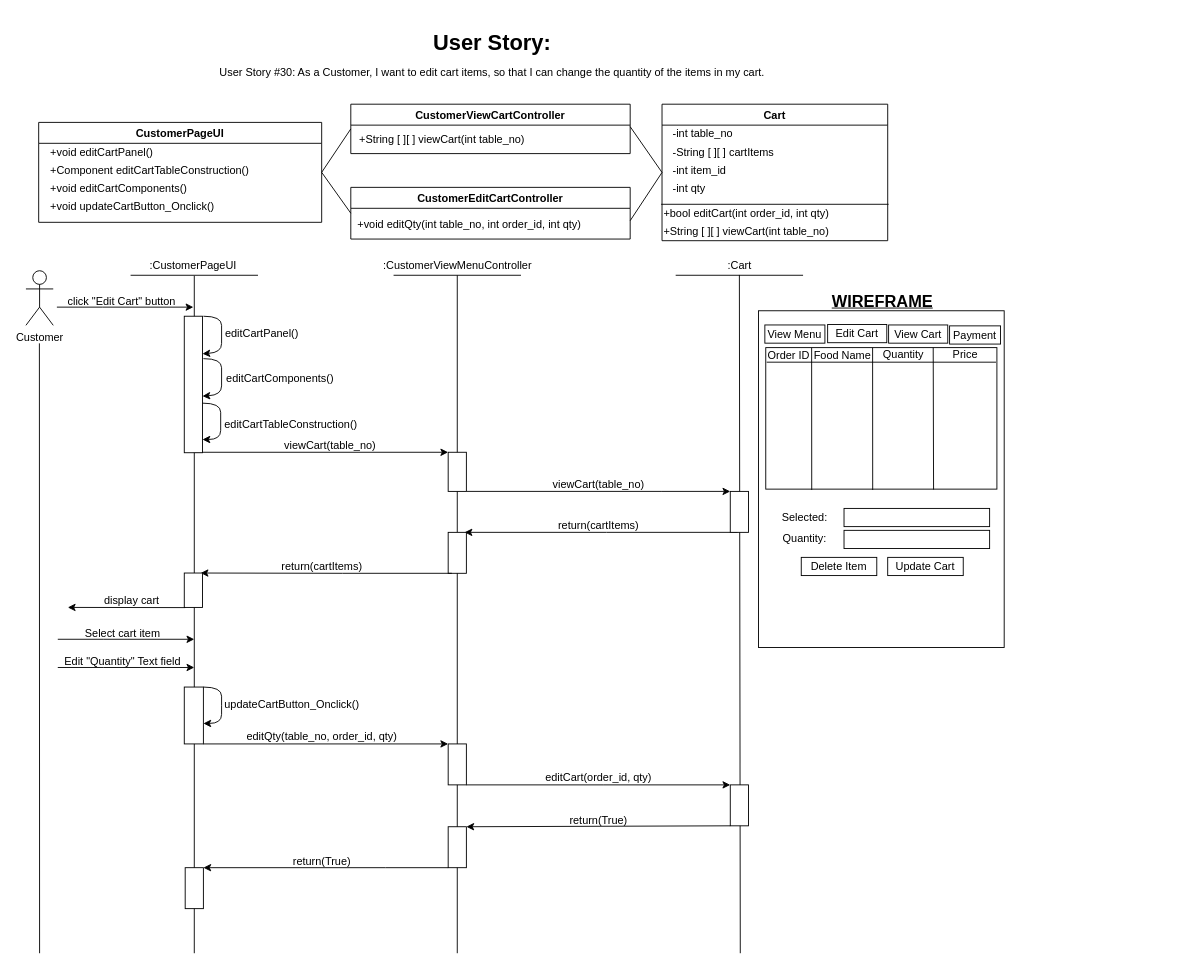
Above: BCE_UML_and_Diagrams/Customer/Customer_EditCart(#30)/UserStory#30_Customer_EditCart.drawio in extred5700/JAVAGUI-Restaurant-Table-Order-System (draw.io), before the change. Source tidied: cells renumbered, new cells numbered last; positions are measured from the earlier drawing's top-left corner, leaving out a move shared by most shapes. Both pictures are drawn from the tidied source at 91%, with x=0, y=0 at pixel (25, 25).
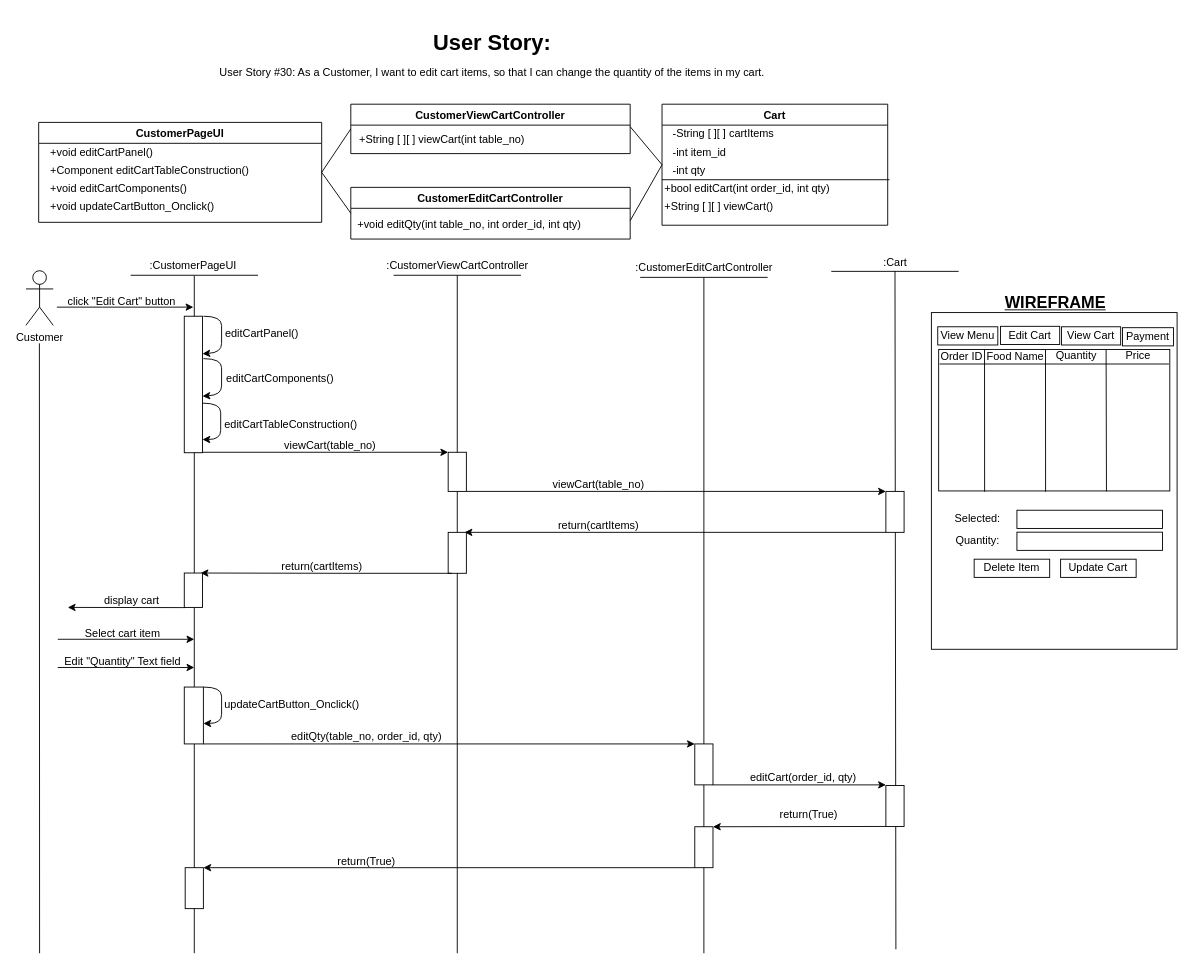
The same diagram, later.

Change to the diagram source:
```diff
@@
+    <mxCell id="99" style="endArrow=none;html=1;rounded=0;startArrow=none;entryX=0.5;entryY=1;entryDx=0;entryDy=0;entryPerimeter=0;" parent="1" edge="1" target="100">
+      <mxGeometry relative="1" as="geometry">
+        <mxPoint x="745" y="1020" as="sourcePoint" />
+      </mxGeometry>
+    </mxCell>
     <mxCell id="2" style="rounded=0;whiteSpace=wrap;html=1;" parent="1" vertex="1">
-      <mxGeometry x="805" y="314" width="270" height="370" as="geometry" />
+      <mxGeometry x="995" y="316" width="270" height="370" as="geometry" />
     </mxCell>
@@
     <mxCell id="11" value="Cart" style="swimlane;" parent="1" vertex="1">
-      <mxGeometry x="699" y="87" width="248" height="150" as="geometry" />
+      <mxGeometry x="699" y="87" width="248" height="133" as="geometry" />
     </mxCell>
     <mxCell id="12" style="endArrow=none;html=1;rounded=0;" parent="11" edge="1">
       <mxGeometry relative="1" as="geometry">
-        <mxPoint x="-1" y="110" as="sourcePoint" />
-        <mxPoint x="249" y="110" as="targetPoint" />
+        <mxPoint y="83" as="sourcePoint" />
+        <mxPoint x="250" y="83" as="targetPoint" />
       </mxGeometry>
     </mxCell>
-    <mxCell id="13" value="&lt;div style=&quot;text-align: justify&quot;&gt;+String [ ][ ] viewCart(int table_no)&lt;/div&gt;" style="text;html=1;align=left;verticalAlign=middle;strokeColor=none;fillColor=none;" parent="11" vertex="1">
-      <mxGeometry y="130" width="200" height="20" as="geometry" />
+    <mxCell id="13" value="&lt;div style=&quot;text-align: justify&quot;&gt;+String [ ][ ] viewCart()&lt;/div&gt;" style="text;html=1;align=left;verticalAlign=middle;strokeColor=none;fillColor=none;" parent="11" vertex="1">
+      <mxGeometry x="1" y="103" width="140" height="20" as="geometry" />
     </mxCell>
     <mxCell id="14" value="-String [ ][ ] cartItems" style="text;html=1;align=left;verticalAlign=middle;strokeColor=none;fillColor=none;" parent="11" vertex="1">
-      <mxGeometry x="10" y="43" width="130" height="20" as="geometry" />
+      <mxGeometry x="10" y="23" width="130" height="20" as="geometry" />
     </mxCell>
-    <mxCell id="15" value="-int table_no" style="text;html=1;align=left;verticalAlign=middle;strokeColor=none;fillColor=none;" parent="11" vertex="1">
-      <mxGeometry x="10" y="23" width="80" height="20" as="geometry" />
-    </mxCell>
     <mxCell id="16" value="&lt;div style=&quot;text-align: justify&quot;&gt;+bool editCart(int order_id, int qty)&lt;/div&gt;" style="text;html=1;align=left;verticalAlign=middle;strokeColor=none;fillColor=none;" parent="11" vertex="1">
-      <mxGeometry y="110" width="200" height="20" as="geometry" />
+      <mxGeometry x="1" y="83" width="200" height="20" as="geometry" />
     </mxCell>
     <mxCell id="17" value="-int item_id" style="text;html=1;align=left;verticalAlign=middle;strokeColor=none;fillColor=none;" parent="11" vertex="1">
-      <mxGeometry x="10" y="63" width="70" height="20" as="geometry" />
+      <mxGeometry x="10" y="43" width="70" height="20" as="geometry" />
     </mxCell>
     <mxCell id="18" value="-int qty" style="text;html=1;align=left;verticalAlign=middle;strokeColor=none;fillColor=none;" parent="11" vertex="1">
-      <mxGeometry x="10" y="83" width="50" height="20" as="geometry" />
+      <mxGeometry x="10" y="63" width="50" height="20" as="geometry" />
     </mxCell>
@@
-    <mxCell id="24" value=":CustomerViewMenuController" style="text;html=1;align=center;verticalAlign=middle;points=[];strokeColor=none;fillColor=none;" parent="1" vertex="1">
-      <mxGeometry x="384" y="255" width="180" height="20" as="geometry" />
+    <mxCell id="24" value=":CustomerViewCartController" style="text;html=1;align=center;verticalAlign=middle;points=[];strokeColor=none;fillColor=none;" parent="1" vertex="1">
+      <mxGeometry x="389" y="255" width="170" height="20" as="geometry" />
     </mxCell>
     <mxCell id="25" value=":Cart" style="text;html=1;align=center;verticalAlign=middle;points=[];strokeColor=none;fillColor=none;" parent="1" vertex="1">
-      <mxGeometry x="764" y="255" width="40" height="20" as="geometry" />
+      <mxGeometry x="935" y="250.7" width="40" height="20" as="geometry" />
     </mxCell>
@@
     <mxCell id="28" style="endArrow=none;html=1;rounded=0;" parent="1" edge="1">
       <mxGeometry relative="1" as="geometry">
-        <mxPoint x="714" y="275" as="sourcePoint" />
-        <mxPoint x="854" y="275" as="targetPoint" />
+        <mxPoint x="885" y="270.7" as="sourcePoint" />
+        <mxPoint x="1025" y="270.7" as="targetPoint" />
       </mxGeometry>
     </mxCell>
@@
     <mxCell id="33" style="endArrow=none;html=1;rounded=0;entryX=0.5;entryY=0.982;entryDx=0;entryDy=0;entryPerimeter=0;" parent="1" edge="1" target="25">
       <mxGeometry relative="1" as="geometry">
-        <mxPoint x="785" y="1020" as="sourcePoint" />
+        <mxPoint x="956" y="1015.7" as="sourcePoint" />
       </mxGeometry>
     </mxCell>
     <mxCell id="34" value="View Menu" style="rounded=0;whiteSpace=wrap;html=1;" parent="1" vertex="1">
-      <mxGeometry x="812" y="329.6" width="66" height="20" as="geometry" />
+      <mxGeometry x="1002" y="331.6" width="66" height="20" as="geometry" />
     </mxCell>
     <mxCell id="35" value="Edit Cart" style="rounded=0;whiteSpace=wrap;html=1;" parent="1" vertex="1">
-      <mxGeometry x="881" y="329.1" width="65" height="20" as="geometry" />
+      <mxGeometry x="1071" y="331.1" width="65" height="20" as="geometry" />
     </mxCell>
     <mxCell id="36" value="View Cart" style="rounded=0;whiteSpace=wrap;html=1;" parent="1" vertex="1">
-      <mxGeometry x="948" y="329.6" width="65" height="20" as="geometry" />
+      <mxGeometry x="1138" y="331.6" width="65" height="20" as="geometry" />
     </mxCell>
     <mxCell id="37" value="Payment" style="rounded=0;whiteSpace=wrap;html=1;" parent="1" vertex="1">
-      <mxGeometry x="1015" y="330.6" width="56" height="20" as="geometry" />
+      <mxGeometry x="1205" y="332.6" width="56" height="20" as="geometry" />
     </mxCell>
     <mxCell id="38" value="Delete Item" style="rounded=0;whiteSpace=wrap;html=1;" parent="1" vertex="1">
-      <mxGeometry x="852" y="585" width="83" height="20" as="geometry" />
+      <mxGeometry x="1042" y="587" width="83" height="20" as="geometry" />
     </mxCell>
     <mxCell id="39" value="&lt;b&gt;&lt;u&gt;&lt;font style=&quot;font-size: 18px&quot;&gt;WIREFRAME&lt;/font&gt;&lt;/u&gt;&lt;/b&gt;" style="text;html=1;align=center;verticalAlign=middle;strokeColor=none;fillColor=none;" parent="1" vertex="1">
-      <mxGeometry x="876" y="294" width="130" height="20" as="geometry" />
+      <mxGeometry x="1066" y="296" width="130" height="20" as="geometry" />
     </mxCell>
-    <mxCell id="40" style="edgeStyle=orthogonalEdgeStyle;rounded=0;orthogonalLoop=1;jettySize=auto;html=1;exitX=0;exitY=1;exitDx=0;exitDy=0;entryX=0.5;entryY=0;entryDx=0;entryDy=0;fontSize=12;" parent="1" edge="1">
+    <mxCell id="40" style="edgeStyle=orthogonalEdgeStyle;rounded=0;jettySize=auto;html=1;exitX=0;exitY=1;exitDx=0;exitDy=0;entryX=0.5;entryY=0;entryDx=0;entryDy=0;fontSize=12;" parent="1" edge="1" source="41">
       <mxGeometry relative="1" as="geometry">
-        <mxPoint x="782" y="557.5" as="sourcePoint" />
         <mxPoint x="482" y="557.5" as="targetPoint" />
         <Array as="points">
-          <mxPoint x="638" y="557.5" />
-          <mxPoint x="638" y="557.5" />
+          <mxPoint x="945" y="558" />
         </Array>
       </mxGeometry>
     </mxCell>
     <mxCell id="41" style="rounded=0;whiteSpace=wrap;html=1;" parent="1" vertex="1">
-      <mxGeometry x="774" y="512.5" width="20" height="45" as="geometry" />
+      <mxGeometry x="945" y="512.5" width="20" height="45" as="geometry" />
     </mxCell>
@@
     <mxCell id="47" style="rounded=0;whiteSpace=wrap;html=1;" parent="1" vertex="1">
-      <mxGeometry x="813" y="354.5" width="254" height="155.5" as="geometry" />
+      <mxGeometry x="1003" y="356.5" width="254" height="155.5" as="geometry" />
     </mxCell>
     <mxCell id="48" value="Order ID" style="text;html=1;align=center;verticalAlign=middle;strokeColor=none;fillColor=none;" parent="1" vertex="1">
-      <mxGeometry x="808" y="352.5" width="60" height="20" as="geometry" />
+      <mxGeometry x="998" y="354.5" width="60" height="20" as="geometry" />
     </mxCell>
     <mxCell id="49" value="Food Name" style="text;html=1;align=center;verticalAlign=middle;strokeColor=none;fillColor=none;" parent="1" vertex="1">
-      <mxGeometry x="857" y="352.5" width="80" height="20" as="geometry" />
+      <mxGeometry x="1047" y="354.5" width="80" height="20" as="geometry" />
     </mxCell>
     <mxCell id="50" value="Price" style="text;html=1;align=center;verticalAlign=middle;strokeColor=none;fillColor=none;" parent="1" vertex="1">
-      <mxGeometry x="1012" y="351.5" width="40" height="20" as="geometry" />
+      <mxGeometry x="1202" y="353.5" width="40" height="20" as="geometry" />
     </mxCell>
     <mxCell id="51" style="endArrow=none;html=1;rounded=0;entryX=0.033;entryY=-0.067;entryDx=0;entryDy=0;entryPerimeter=0;exitX=0.262;exitY=1.006;exitDx=0;exitDy=0;exitPerimeter=0;" parent="1" edge="1">
       <mxGeometry relative="1" as="geometry">
-        <mxPoint x="863.5" y="510.9" as="sourcePoint" />
-        <mxPoint x="863.4" y="354.6" as="targetPoint" />
+        <mxPoint x="1053.5" y="512.9" as="sourcePoint" />
+        <mxPoint x="1053.4" y="356.6" as="targetPoint" />
       </mxGeometry>
     </mxCell>
     <mxCell id="52" style="endArrow=none;html=1;rounded=0;entryX=0.033;entryY=-0.067;entryDx=0;entryDy=0;entryPerimeter=0;exitX=0.726;exitY=1.003;exitDx=0;exitDy=0;exitPerimeter=0;" parent="1" edge="1" source="47">
       <mxGeometry relative="1" as="geometry">
-        <mxPoint x="997" y="354.5" as="targetPoint" />
+        <mxPoint x="1187" y="356.5" as="targetPoint" />
       </mxGeometry>
     </mxCell>
     <mxCell id="53" style="endArrow=none;html=1;rounded=0;exitX=0.194;exitY=0.99;exitDx=0;exitDy=0;exitPerimeter=0;" parent="1" edge="1">
       <mxGeometry relative="1" as="geometry">
-        <mxPoint x="814" y="370.5" as="sourcePoint" />
-        <mxPoint x="1066" y="370.5" as="targetPoint" />
+        <mxPoint x="1004" y="372.5" as="sourcePoint" />
+        <mxPoint x="1256" y="372.5" as="targetPoint" />
       </mxGeometry>
     </mxCell>
@@
     <mxCell id="65" value="Selected:" style="text;html=1;strokeColor=none;fillColor=none;align=center;verticalAlign=middle;whiteSpace=wrap;rounded=0;" parent="1" vertex="1">
-      <mxGeometry x="813" y="527" width="86" height="28.3" as="geometry" />
+      <mxGeometry x="1003" y="529" width="86" height="28.3" as="geometry" />
     </mxCell>
     <mxCell id="66" style="rounded=0;whiteSpace=wrap;html=1;" parent="1" vertex="1">
-      <mxGeometry x="899" y="531.2" width="160" height="20" as="geometry" />
+      <mxGeometry x="1089" y="533.2" width="160" height="20" as="geometry" />
     </mxCell>
     <mxCell id="67" value="Quantity:" style="text;html=1;strokeColor=none;fillColor=none;align=center;verticalAlign=middle;whiteSpace=wrap;rounded=0;" parent="1" vertex="1">
-      <mxGeometry x="813" y="551.2" width="86" height="28.3" as="geometry" />
+      <mxGeometry x="1003" y="553.2" width="86" height="28.3" as="geometry" />
     </mxCell>
     <mxCell id="68" style="rounded=0;whiteSpace=wrap;html=1;" parent="1" vertex="1">
-      <mxGeometry x="899" y="555.3" width="160" height="20" as="geometry" />
+      <mxGeometry x="1089" y="557.3" width="160" height="20" as="geometry" />
     </mxCell>
@@
     <mxCell id="76" style="edgeStyle=orthogonalEdgeStyle;rounded=0;jettySize=auto;html=1;exitX=0;exitY=1;exitDx=0;exitDy=0;entryX=1;entryY=0;entryDx=0;entryDy=0;" parent="1" edge="1" source="77" target="89">
       <mxGeometry relative="1" as="geometry">
         <Array as="points">
-          <mxPoint x="484" y="880" />
+          <mxPoint x="945" y="881" />
         </Array>
       </mxGeometry>
     </mxCell>
     <mxCell id="77" style="rounded=0;whiteSpace=wrap;html=1;" parent="1" vertex="1">
-      <mxGeometry x="774" y="835" width="20" height="45" as="geometry" />
+      <mxGeometry x="945" y="835.7" width="20" height="45" as="geometry" />
     </mxCell>
@@
-    <mxCell id="84" style="edgeStyle=orthogonalEdgeStyle;rounded=0;jettySize=auto;html=1;exitX=1;exitY=1;exitDx=0;exitDy=0;entryX=0;entryY=0;entryDx=0;entryDy=0;" parent="1" edge="1" source="85" target="77">
+    <mxCell id="84" style="edgeStyle=orthogonalEdgeStyle;rounded=0;jettySize=auto;html=1;exitX=1;exitY=1;exitDx=0;exitDy=0;" parent="1" edge="1" source="85">
       <mxGeometry relative="1" as="geometry">
+        <mxPoint x="945" y="835" as="targetPoint" />
         <Array as="points">
-          <mxPoint x="635" y="835" />
-          <mxPoint x="635" y="835" />
+          <mxPoint x="945" y="835" />
         </Array>
       </mxGeometry>
     </mxCell>
     <mxCell id="85" style="rounded=0;whiteSpace=wrap;html=1;" parent="1" vertex="1">
-      <mxGeometry x="464" y="790" width="20" height="45" as="geometry" />
+      <mxGeometry x="735" y="790" width="20" height="45" as="geometry" />
     </mxCell>
     <mxCell id="86" value="&lt;span style=&quot;font-size: 12px&quot;&gt;editQty(table_no, order_id, qty)&lt;/span&gt;" style="text;html=1;align=center;verticalAlign=middle;strokeColor=none;fillColor=none;fontSize=16;" parent="1" vertex="1">
-      <mxGeometry x="235" y="765" width="180" height="30" as="geometry" />
+      <mxGeometry x="284" y="765" width="180" height="30" as="geometry" />
     </mxCell>
     <mxCell id="87" value="&lt;span style=&quot;font-size: 12px&quot;&gt;editCart(order_id, qty)&lt;/span&gt;" style="text;html=1;align=center;verticalAlign=middle;strokeColor=none;fillColor=none;fontSize=16;" parent="1" vertex="1">
-      <mxGeometry x="564" y="810" width="130" height="30" as="geometry" />
+      <mxGeometry x="789" y="810" width="130" height="30" as="geometry" />
     </mxCell>
@@
     <mxCell id="89" style="rounded=0;whiteSpace=wrap;html=1;" parent="1" vertex="1">
-      <mxGeometry x="464" y="881" width="20" height="45" as="geometry" />
+      <mxGeometry x="735" y="881" width="20" height="45" as="geometry" />
     </mxCell>
     <mxCell id="90" value="&lt;span style=&quot;font-size: 12px&quot;&gt;return(True)&lt;/span&gt;" style="text;html=1;align=center;verticalAlign=middle;strokeColor=none;fillColor=none;fontSize=16;" parent="1" vertex="1">
-      <mxGeometry x="589" y="857" width="80" height="30" as="geometry" />
+      <mxGeometry x="820" y="851" width="80" height="30" as="geometry" />
     </mxCell>
@@
     <mxCell id="92" value="&lt;span style=&quot;font-size: 12px&quot;&gt;return(True)&lt;/span&gt;" style="text;html=1;align=center;verticalAlign=middle;strokeColor=none;fillColor=none;fontSize=16;" parent="1" vertex="1">
-      <mxGeometry x="285" y="902" width="80" height="30" as="geometry" />
+      <mxGeometry x="334" y="902" width="80" height="30" as="geometry" />
     </mxCell>
@@
     <mxCell id="96" style="endArrow=none;html=1;rounded=0;entryX=0.033;entryY=-0.067;entryDx=0;entryDy=0;entryPerimeter=0;exitX=0.262;exitY=1.006;exitDx=0;exitDy=0;exitPerimeter=0;" parent="1" edge="1">
       <mxGeometry relative="1" as="geometry">
-        <mxPoint x="930.5" y="510.9" as="sourcePoint" />
-        <mxPoint x="930.4" y="354.6" as="targetPoint" />
+        <mxPoint x="1120.5" y="512.9" as="sourcePoint" />
+        <mxPoint x="1120.4" y="356.6" as="targetPoint" />
       </mxGeometry>
     </mxCell>
     <mxCell id="97" value="Quantity" style="text;html=1;align=center;verticalAlign=middle;strokeColor=none;fillColor=none;" parent="1" vertex="1">
-      <mxGeometry x="934" y="351.5" width="60" height="20" as="geometry" />
+      <mxGeometry x="1124" y="353.5" width="60" height="20" as="geometry" />
     </mxCell>
     <mxCell id="98" value="Update Cart" style="rounded=0;whiteSpace=wrap;html=1;" parent="1" vertex="1">
-      <mxGeometry x="947" y="585" width="83" height="20" as="geometry" />
+      <mxGeometry x="1137" y="587" width="83" height="20" as="geometry" />
     </mxCell>
+    <mxCell id="100" value=":CustomerEditCartController" style="text;html=1;align=center;verticalAlign=middle;points=[];strokeColor=none;fillColor=none;" parent="1" vertex="1">
+      <mxGeometry x="660" y="257.3" width="170" height="20" as="geometry" />
+    </mxCell>
+    <mxCell id="101" style="endArrow=none;html=1;rounded=0;" parent="1" edge="1">
+      <mxGeometry relative="1" as="geometry">
+        <mxPoint x="675" y="277.3" as="sourcePoint" />
+        <mxPoint x="815" y="277.3" as="targetPoint" />
+      </mxGeometry>
+    </mxCell>
```
